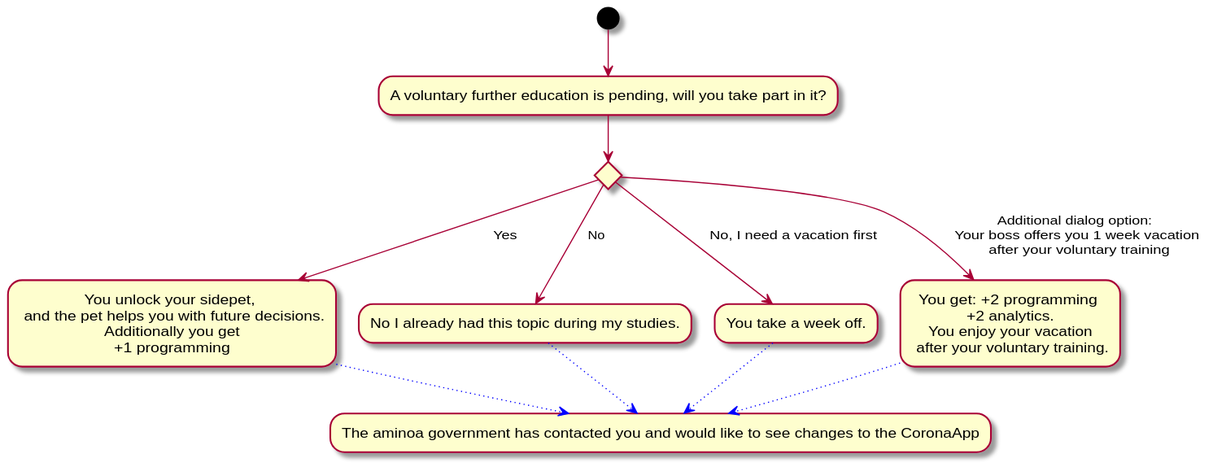
Before: Docs/Technical Specifications/docs/diagrams/StoryFlow/StoryFlow_Decision_9.svg, a diagram exported from PlantUML (Brotenko/QualityQuest).
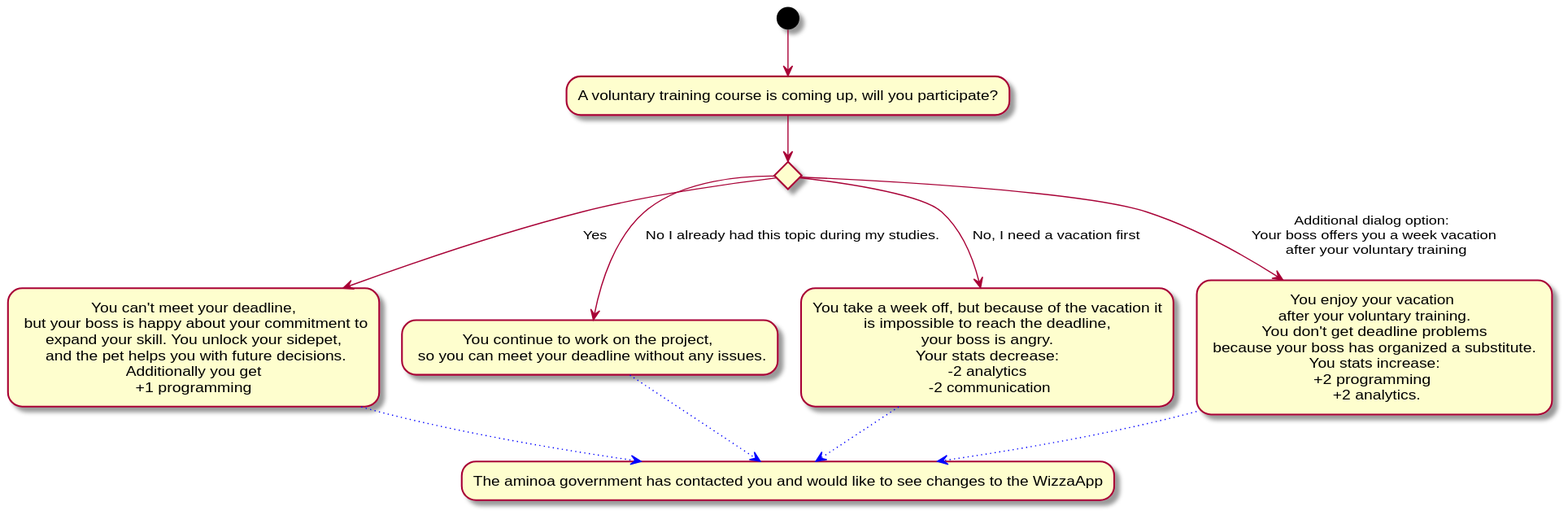
Above is the later version.

What changed in the source:
```diff
@@ -1,16 +1,16 @@
 @startuml
-(*) --> "A voluntary further education is pending, will you take part in it?"
+(*) --> "A voluntary training course is coming up, will you participate?"
 
 if "" then
---> [Yes] "You unlock your sidepet, \n and the pet helps you with future decisions.\n Additionally you get \n+1 programming" as a1
+--> [Yes] "You can't meet your deadline,\n but your boss is happy about your commitment to\n expand your skill. You unlock your sidepet, \n and the pet helps you with future decisions.\n Additionally you get \n+1 programming" as a1
 else
---> [No] "No I already had this topic during my studies." as a2
+--> [No I already had this topic during my studies.] "You continue to work on the project, \n so you can meet your deadline without any issues." as a2
 else
---> [No, I need a vacation first] "You take a week off." as a3
+--> [No, I need a vacation first] "You take a week off, but because of the vacation it\n is impossible to reach the deadline, \n your boss is angry. \n Your stats decrease: \n -2 analytics \n -2 communication" as a3
 else
---> [Additional dialog option: \n Your boss offers you 1 week vacation \n after your voluntary training] "You get: +2 programming \n +2 analytics. \n You enjoy your vacation \n after your voluntary training."
+--> [Additional dialog option: \n Your boss offers you a week vacation \n after your voluntary training] "You enjoy your vacation \n after your voluntary training. \n You don't get deadline problems \n because your boss has organized a substitute. \n You stats increase: \n+2 programming \n +2 analytics."
 endif
--[#blue,dotted]-> "The aminoa government has contacted you and would like to see changes to the CoronaApp" as app
+-[#blue,dotted]-> "The aminoa government has contacted you and would like to see changes to the WizzaApp" as app
 a2 -[#blue,dotted]-> app
 a1 -[#blue,dotted]-> app
 a3 -[#blue,dotted]-> app
```
